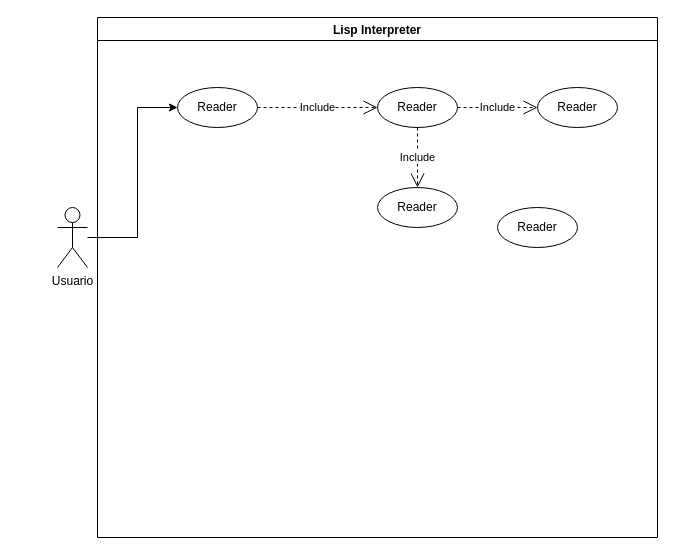
DiggsPapu/Proyect1_Lisp_Interpreter keeps this draw.io diagram as Proyecto1/Fases/Fase2/Use Case.drawio. Above is the earlier version. Source tidied: cells renumbered, new cells numbered last; positions are measured from the earlier drawing's top-left corner, leaving out a move shared by most shapes. Both pictures are drawn from the tidied source at 100%, with x=0, y=0 at pixel (57, 17).
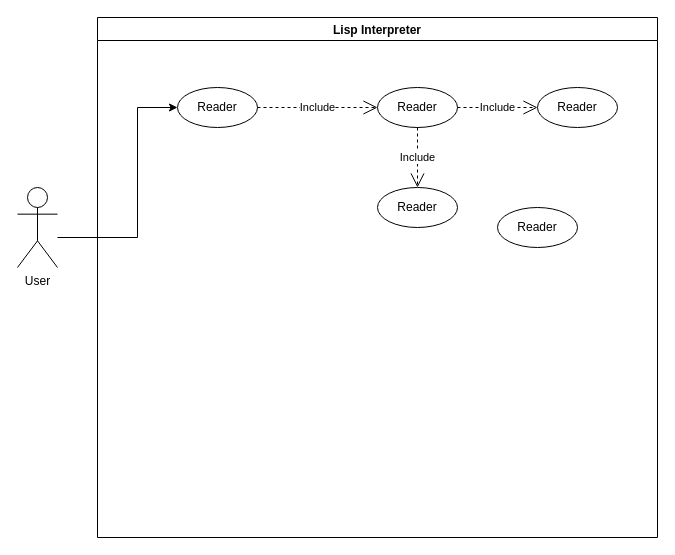
The same page after the edit.

Change to the diagram source:
```diff
@@
 <mxGraphModel>
   <root>
     <mxCell id="0" />
     <mxCell id="1" parent="0" />
     <mxCell id="2" style="edgeStyle=orthogonalEdgeStyle;rounded=0;jettySize=auto;html=1;entryX=0;entryY=0.5;entryDx=0;entryDy=0;" parent="1" edge="1" source="3" target="5">
       <mxGeometry relative="1" as="geometry">
         <Array as="points">
           <mxPoint x="80" y="220" />
           <mxPoint x="80" y="90" />
         </Array>
       </mxGeometry>
     </mxCell>
-    <mxCell id="3" value="Usuario" style="shape=umlActor;verticalLabelPosition=bottom;verticalAlign=top;html=1;outlineConnect=0;" parent="1" vertex="1">
-      <mxGeometry y="190" width="30" height="60" as="geometry" />
+    <mxCell id="3" value="User" style="shape=umlActor;verticalLabelPosition=bottom;verticalAlign=top;html=1;outlineConnect=0;" parent="1" vertex="1">
+      <mxGeometry x="-40" y="170" width="40" height="80" as="geometry" />
     </mxCell>
     <mxCell id="4" value="Lisp Interpreter" style="swimlane;" parent="1" vertex="1">
       <mxGeometry x="40" width="560" height="520" as="geometry" />
     </mxCell>
     <mxCell id="5" value="Reader" style="ellipse;whiteSpace=wrap;html=1;" parent="4" vertex="1">
       <mxGeometry x="80" y="70" width="80" height="40" as="geometry" />
     </mxCell>
     <mxCell id="6" value="Reader" style="ellipse;whiteSpace=wrap;html=1;" parent="4" vertex="1">
       <mxGeometry x="280" y="70" width="80" height="40" as="geometry" />
     </mxCell>
     <mxCell id="7" value="Include" style="endArrow=open;endSize=12;dashed=1;html=1;rounded=0;exitX=1;exitY=0.5;exitDx=0;exitDy=0;entryX=0;entryY=0.5;entryDx=0;entryDy=0;" parent="4" edge="1" source="5" target="6">
       <mxGeometry relative="1" as="geometry" />
     </mxCell>
     <mxCell id="8" value="Reader" style="ellipse;whiteSpace=wrap;html=1;" parent="4" vertex="1">
       <mxGeometry x="280" y="170" width="80" height="40" as="geometry" />
     </mxCell>
     <mxCell id="9" value="Reader" style="ellipse;whiteSpace=wrap;html=1;" parent="4" vertex="1">
       <mxGeometry x="440" y="70" width="80" height="40" as="geometry" />
     </mxCell>
     <mxCell id="10" value="Reader" style="ellipse;whiteSpace=wrap;html=1;" parent="4" vertex="1">
       <mxGeometry x="400" y="190" width="80" height="40" as="geometry" />
     </mxCell>
     <mxCell id="11" value="Include" style="endArrow=open;endSize=12;dashed=1;html=1;rounded=0;exitX=0.5;exitY=1;exitDx=0;exitDy=0;entryX=0.5;entryY=0;entryDx=0;entryDy=0;" parent="4" edge="1" source="6" target="8">
       <mxGeometry relative="1" as="geometry" />
     </mxCell>
     <mxCell id="12" value="Include" style="endArrow=open;endSize=12;dashed=1;html=1;rounded=0;exitX=1;exitY=0.5;exitDx=0;exitDy=0;entryX=0;entryY=0.5;entryDx=0;entryDy=0;" parent="4" edge="1" source="6" target="9">
       <mxGeometry relative="1" as="geometry" />
     </mxCell>
   </root>
 </mxGraphModel>
```
